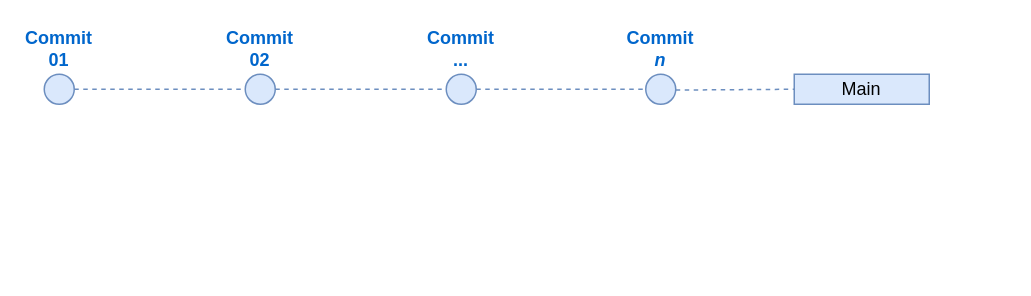
This is page "Base" (2 of 2) of git/assets/exemple_flux.drawio from nbourre/documentations_generiques, a draw.io file, before an edit. Source tidied: cells renumbered, new cells numbered last; positions are measured from the earlier drawing's top-left corner, leaving out a move shared by most shapes. Both pictures are drawn from the tidied source at 150%, with x=0, y=0 at pixel (44, 74).
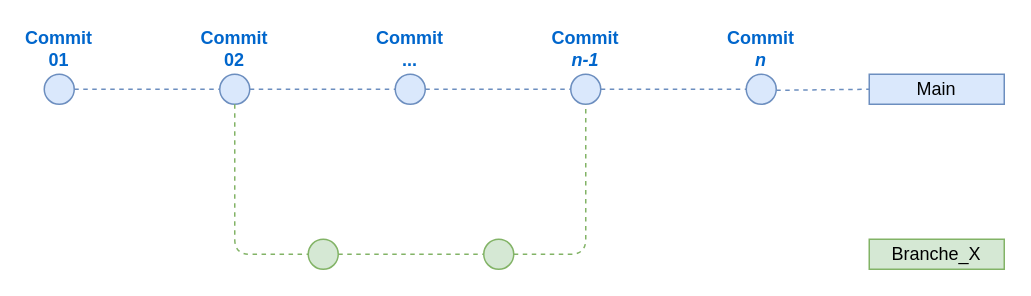
The same page after the edit.

The edit, as a diff of the source:
```diff
@@
-    <mxCell id="2" style="endArrow=none;dashed=1;html=1;fillColor=#dae8fc;strokeColor=#6c8ebf;" parent="1" edge="1" source="10" target="4">
+    <mxCell id="2" style="endArrow=none;dashed=1;html=1;fillColor=#dae8fc;strokeColor=#6c8ebf;" parent="1" edge="1" source="18" target="4">
       <mxGeometry relative="1" as="geometry" />
     </mxCell>
@@
     <mxCell id="4" value="Main" style="text;html=1;strokeColor=#6c8ebf;fillColor=#dae8fc;align=center;verticalAlign=middle;whiteSpace=wrap;rounded=0;" parent="1" vertex="1">
-      <mxGeometry x="500" width="90" height="20" as="geometry" />
+      <mxGeometry x="550" width="90" height="20" as="geometry" />
     </mxCell>
     <mxCell id="5" value="Commit ..." style="ellipse;whiteSpace=wrap;html=1;fillColor=#dae8fc;strokeColor=#6c8ebf;fontStyle=1;labelPosition=center;verticalLabelPosition=top;align=center;verticalAlign=bottom;fontColor=#0066CC;" parent="1" vertex="1">
-      <mxGeometry x="268" width="20" height="20" as="geometry" />
+      <mxGeometry x="234" width="20" height="20" as="geometry" />
     </mxCell>
@@
     <mxCell id="7" value="Commit 02" style="ellipse;whiteSpace=wrap;html=1;fillColor=#dae8fc;strokeColor=#6c8ebf;fontStyle=1;labelPosition=center;verticalLabelPosition=top;align=center;verticalAlign=bottom;fontColor=#0066CC;" parent="1" vertex="1">
-      <mxGeometry x="134" width="20" height="20" as="geometry" />
+      <mxGeometry x="117" width="20" height="20" as="geometry" />
     </mxCell>
@@
-    <mxCell id="10" value="Commit &lt;i&gt;n&lt;/i&gt;" style="ellipse;whiteSpace=wrap;html=1;fillColor=#dae8fc;strokeColor=#6c8ebf;fontStyle=1;labelPosition=center;verticalLabelPosition=top;align=center;verticalAlign=bottom;fontColor=#0066CC;" parent="1" vertex="1">
-      <mxGeometry x="401" width="20" height="20" as="geometry" />
+    <mxCell id="10" value="Commit &lt;i&gt;n-1&lt;/i&gt;" style="ellipse;whiteSpace=wrap;html=1;fillColor=#dae8fc;strokeColor=#6c8ebf;fontStyle=1;labelPosition=center;verticalLabelPosition=top;align=center;verticalAlign=bottom;fontColor=#0066CC;" parent="1" vertex="1">
+      <mxGeometry x="351" width="20" height="20" as="geometry" />
     </mxCell>
+    <mxCell id="11" style="edgeStyle=orthogonalEdgeStyle;rounded=1;jettySize=auto;html=1;dashed=1;endArrow=none;endFill=0;fillColor=#d5e8d4;strokeColor=#82b366;" parent="1" edge="1" source="7" target="12">
+      <mxGeometry relative="1" as="geometry">
+        <Array as="points">
+          <mxPoint x="127" y="120" />
+        </Array>
+      </mxGeometry>
+    </mxCell>
+    <mxCell id="12" style="ellipse;whiteSpace=wrap;html=1;fillColor=#d5e8d4;strokeColor=#82b366;" parent="1" vertex="1">
+      <mxGeometry x="176" y="110" width="20" height="20" as="geometry" />
+    </mxCell>
+    <mxCell id="13" value="Branche_X" style="text;html=1;strokeColor=#82b366;fillColor=#d5e8d4;align=center;verticalAlign=middle;whiteSpace=wrap;rounded=0;" parent="1" vertex="1">
+      <mxGeometry x="550" y="110" width="90" height="20" as="geometry" />
+    </mxCell>
+    <mxCell id="14" style="ellipse;whiteSpace=wrap;html=1;fillColor=#d5e8d4;strokeColor=#82b366;" parent="1" vertex="1">
+      <mxGeometry x="293" y="110" width="20" height="20" as="geometry" />
+    </mxCell>
+    <mxCell id="15" style="edgeStyle=orthogonalEdgeStyle;rounded=1;jettySize=auto;html=1;dashed=1;endArrow=none;endFill=0;fillColor=#d5e8d4;strokeColor=#82b366;" parent="1" edge="1" source="12" target="14">
+      <mxGeometry relative="1" as="geometry" />
+    </mxCell>
+    <mxCell id="16" style="edgeStyle=orthogonalEdgeStyle;rounded=1;jettySize=auto;html=1;dashed=1;endArrow=none;endFill=0;fillColor=#d5e8d4;strokeColor=#82b366;" parent="1" edge="1" source="14" target="10">
+      <mxGeometry relative="1" as="geometry">
+        <Array as="points">
+          <mxPoint x="361" y="120" />
+        </Array>
+      </mxGeometry>
+    </mxCell>
+    <mxCell id="17" style="endArrow=none;dashed=1;html=1;fillColor=#dae8fc;strokeColor=#6c8ebf;" parent="1" edge="1" source="10" target="18">
+      <mxGeometry relative="1" as="geometry" />
+    </mxCell>
+    <mxCell id="18" value="Commit &lt;i&gt;n&lt;/i&gt;" style="ellipse;whiteSpace=wrap;html=1;fillColor=#dae8fc;strokeColor=#6c8ebf;fontStyle=1;labelPosition=center;verticalLabelPosition=top;align=center;verticalAlign=bottom;fontColor=#0066CC;" parent="1" vertex="1">
+      <mxGeometry x="468" width="20" height="20" as="geometry" />
+    </mxCell>
```
